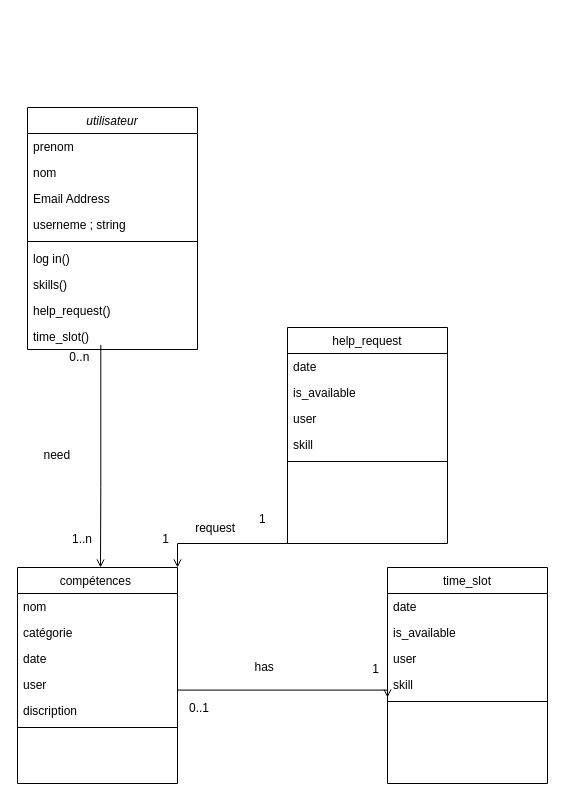
Above: Docs/Diagramme  classe.drawio in SHATAJV/echange_competences (draw.io), before the change. Source tidied: cells renumbered, new cells numbered last; positions are measured from the earlier drawing's top-left corner, leaving out a move shared by most shapes. Both pictures are drawn from the tidied source at 100%, with x=0, y=0 at pixel (17, 107).
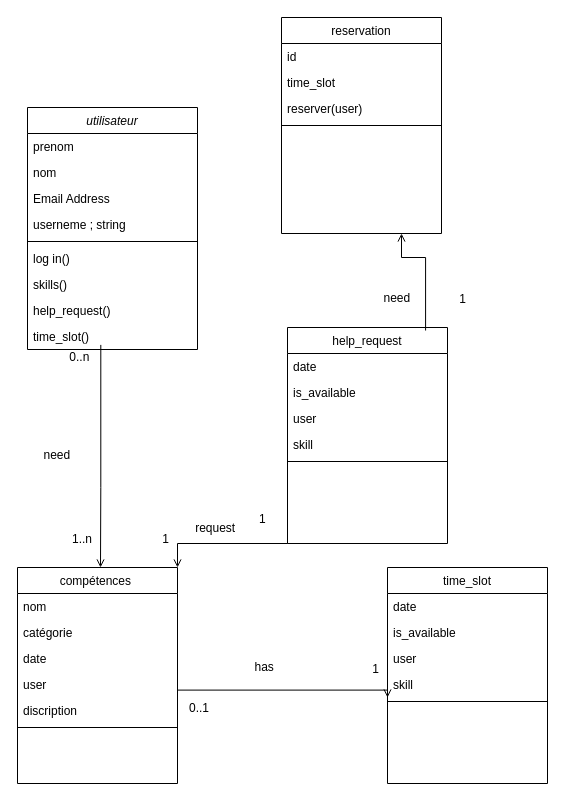
The same diagram, later.

Commit message:
Mettre à jour Diagramme  classe.drawio

Unchanged cells that the change refers to:
```xml
<mxCell id="33" value="help_request" style="swimlane;fontStyle=0;align=center;verticalAlign=top;horizontal=1;startSize=26;rounded=0;shadow=0;strokeWidth=1;" parent="1" vertex="1">
  <mxGeometry x="270" y="220" width="160" height="216" as="geometry" />
</mxCell>
```

Diff of the diagram source:
```diff
@@
+    <mxCell id="43" value="reservation" style="swimlane;fontStyle=0;align=center;verticalAlign=top;horizontal=1;startSize=26;rounded=0;shadow=0;strokeWidth=1;" parent="1" vertex="1">
+      <mxGeometry x="264" y="-90" width="160" height="216" as="geometry" />
+    </mxCell>
+    <mxCell id="44" value="id" style="text;align=left;verticalAlign=top;spacingLeft=4;spacingRight=4;overflow=hidden;" parent="43" vertex="1">
+      <mxGeometry y="26" width="160" height="26" as="geometry" />
+    </mxCell>
+    <mxCell id="45" value="time_slot" style="text;align=left;verticalAlign=top;spacingLeft=4;spacingRight=4;overflow=hidden;rounded=0;shadow=0;html=0;" parent="43" vertex="1">
+      <mxGeometry y="52" width="160" height="26" as="geometry" />
+    </mxCell>
+    <mxCell id="46" value="reserver(user)" style="text;align=left;verticalAlign=top;spacingLeft=4;spacingRight=4;overflow=hidden;rounded=0;shadow=0;html=0;" parent="43" vertex="1">
+      <mxGeometry y="78" width="160" height="26" as="geometry" />
+    </mxCell>
+    <mxCell id="47" style="line;html=1;strokeWidth=1;align=left;verticalAlign=middle;spacingTop=-1;spacingLeft=3;spacingRight=3;labelPosition=right;" parent="43" vertex="1">
+      <mxGeometry y="104" width="160" height="8" as="geometry" />
+    </mxCell>
+    <mxCell id="48" style="endArrow=open;shadow=0;strokeWidth=1;rounded=0;curved=0;endFill=1;edgeStyle=elbowEdgeStyle;elbow=vertical;exitX=0.863;exitY=0.014;exitDx=0;exitDy=0;exitPerimeter=0;entryX=0.75;entryY=1;entryDx=0;entryDy=0;" parent="1" edge="1" source="33" target="43">
+      <mxGeometry x="0.5" y="41" relative="1" as="geometry">
+        <Array as="points">
+          <mxPoint x="420" y="150" />
+        </Array>
+        <mxPoint x="-40" y="32" as="offset" />
+      </mxGeometry>
+    </mxCell>
+    <mxCell id="49" value="1" style="align=right;verticalAlign=bottom;labelBackgroundColor=none;fontSize=12;" parent="48" vertex="1">
+      <mxGeometry x="1" relative="1" as="geometry">
+        <mxPoint x="66" y="74" as="offset" />
+      </mxGeometry>
+    </mxCell>
+    <mxCell id="50" value="need&amp;nbsp;" style="text;html=1;align=center;verticalAlign=middle;labelBackgroundColor=none;rounded=0;shadow=0;strokeWidth=1;fontSize=12;" parent="48" vertex="1">
+      <mxGeometry x="0.5" y="49" relative="1" as="geometry">
+        <mxPoint x="-10" y="-9" as="offset" />
+      </mxGeometry>
+    </mxCell>
```
